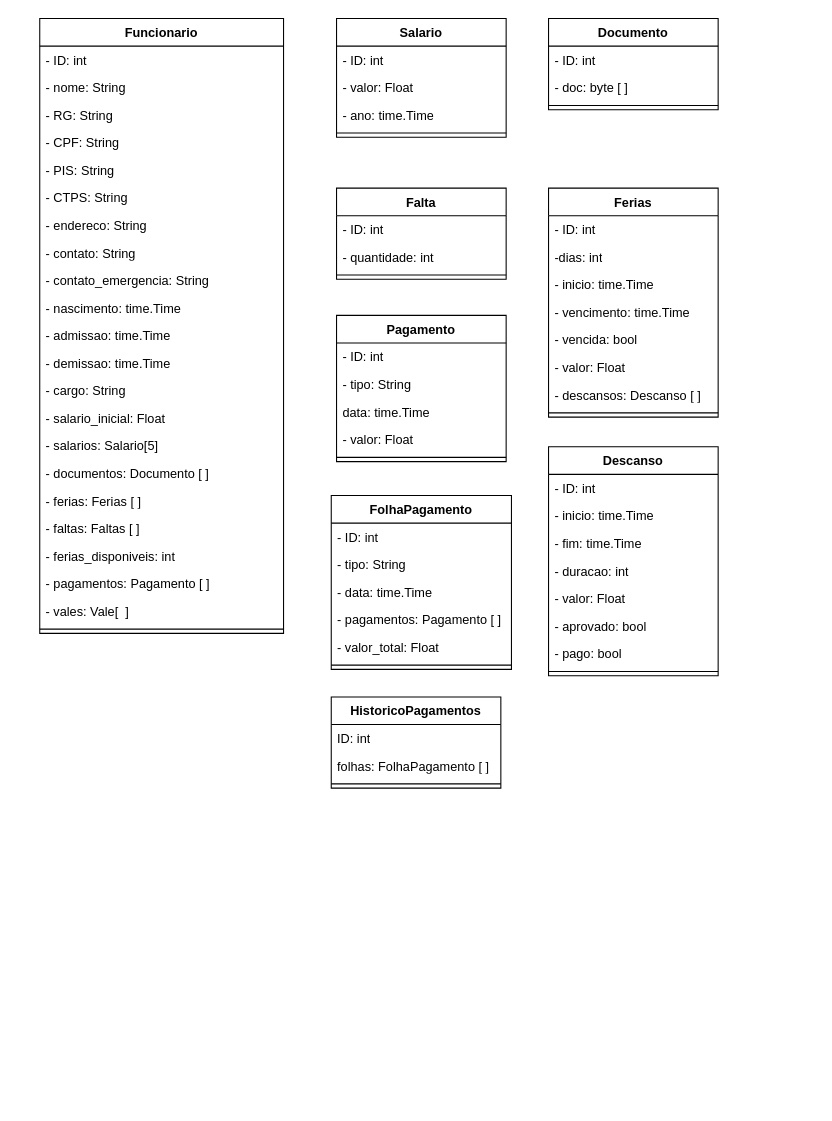
This is Primeiro Semestre/Diagrama_Classes_2.0.drawio from Lucas-RDV/TCC, a draw.io file, before an edit. Source tidied: cells renumbered, new cells numbered last; positions are measured from the earlier drawing's top-left corner, leaving out a move shared by most shapes. Both pictures are drawn from the tidied source at 106%, with x=0, y=0 at pixel (39, 18).
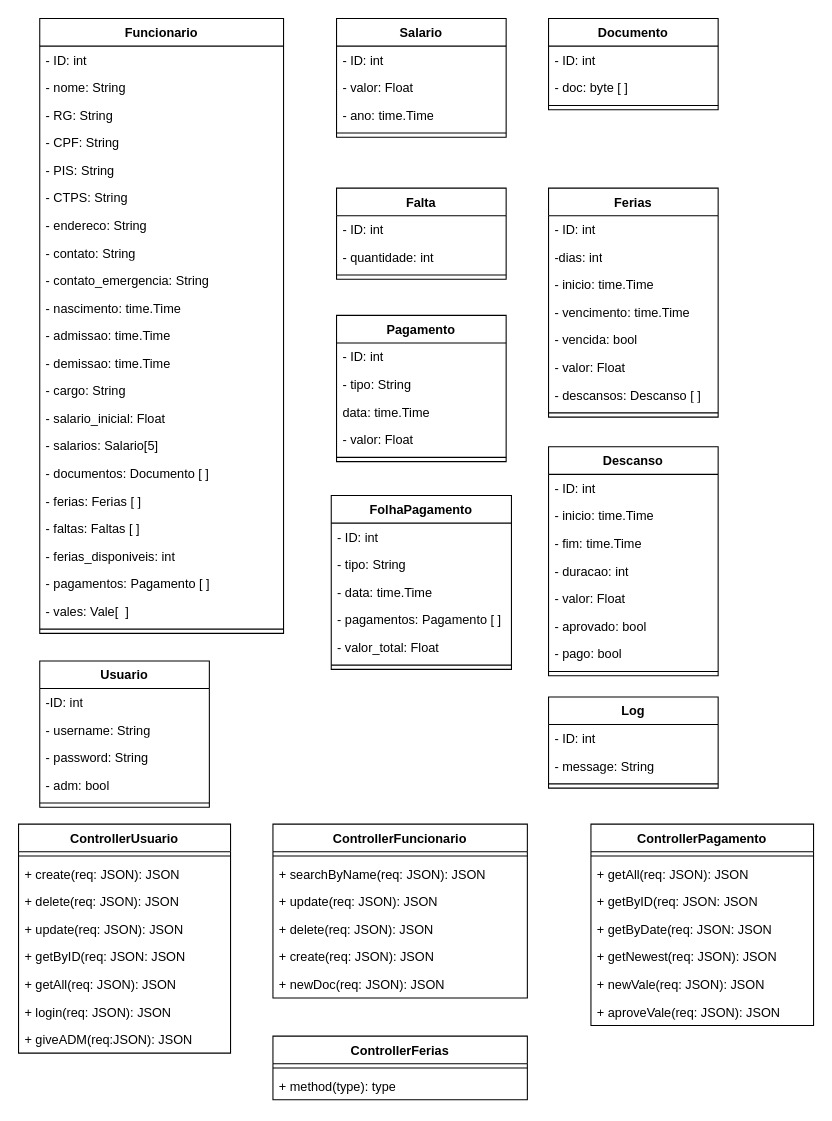
The same page after the edit.

Diff of the diagram source:
```diff
@@
-    <mxCell id="69" value="HistoricoPagamentos" style="swimlane;fontStyle=1;align=center;verticalAlign=top;horizontal=1;startSize=26;whiteSpace=wrap;html=1;" parent="1" vertex="1">
-      <mxGeometry x="275" y="640" width="160" height="86" as="geometry" />
+    <mxCell id="69" value="Log" style="swimlane;fontStyle=1;align=center;verticalAlign=top;horizontal=1;startSize=26;whiteSpace=wrap;html=1;" parent="1" vertex="1">
+      <mxGeometry x="480" y="640" width="160" height="86" as="geometry" />
     </mxCell>
-    <mxCell id="70" value="ID: int" style="text;strokeColor=none;fillColor=none;align=left;verticalAlign=top;spacingLeft=4;spacingRight=4;overflow=hidden;whiteSpace=wrap;html=1;" parent="69" vertex="1">
+    <mxCell id="70" value="- ID: int" style="text;strokeColor=none;fillColor=none;align=left;verticalAlign=top;spacingLeft=4;spacingRight=4;overflow=hidden;whiteSpace=wrap;html=1;" parent="69" vertex="1">
       <mxGeometry y="26" width="160" height="26" as="geometry" />
     </mxCell>
-    <mxCell id="71" value="folhas: FolhaPagamento [ ]" style="text;strokeColor=none;fillColor=none;align=left;verticalAlign=top;spacingLeft=4;spacingRight=4;overflow=hidden;whiteSpace=wrap;html=1;" parent="69" vertex="1">
+    <mxCell id="71" value="- message: String" style="text;strokeColor=none;fillColor=none;align=left;verticalAlign=top;spacingLeft=4;spacingRight=4;overflow=hidden;whiteSpace=wrap;html=1;" parent="69" vertex="1">
       <mxGeometry y="52" width="160" height="26" as="geometry" />
     </mxCell>
@@
+    <mxCell id="73" value="Usuario" style="swimlane;fontStyle=1;align=center;verticalAlign=top;horizontal=1;startSize=26;whiteSpace=wrap;html=1;" parent="1" vertex="1">
+      <mxGeometry y="606" width="160" height="138" as="geometry" />
+    </mxCell>
+    <mxCell id="74" value="-ID: int" style="text;strokeColor=none;fillColor=none;align=left;verticalAlign=top;spacingLeft=4;spacingRight=4;overflow=hidden;whiteSpace=wrap;html=1;" parent="73" vertex="1">
+      <mxGeometry y="26" width="160" height="26" as="geometry" />
+    </mxCell>
+    <mxCell id="75" value="- username: String" style="text;strokeColor=none;fillColor=none;align=left;verticalAlign=top;spacingLeft=4;spacingRight=4;overflow=hidden;whiteSpace=wrap;html=1;" parent="73" vertex="1">
+      <mxGeometry y="52" width="160" height="26" as="geometry" />
+    </mxCell>
+    <mxCell id="76" value="- password: String" style="text;strokeColor=none;fillColor=none;align=left;verticalAlign=top;spacingLeft=4;spacingRight=4;overflow=hidden;whiteSpace=wrap;html=1;" parent="73" vertex="1">
+      <mxGeometry y="78" width="160" height="26" as="geometry" />
+    </mxCell>
+    <mxCell id="77" value="- adm: bool" style="text;strokeColor=none;fillColor=none;align=left;verticalAlign=top;spacingLeft=4;spacingRight=4;overflow=hidden;whiteSpace=wrap;html=1;" parent="73" vertex="1">
+      <mxGeometry y="104" width="160" height="26" as="geometry" />
+    </mxCell>
+    <mxCell id="78" style="line;strokeWidth=1;fillColor=none;align=left;verticalAlign=middle;spacingTop=-1;spacingLeft=3;spacingRight=3;labelPosition=right;strokeColor=inherit;" parent="73" vertex="1">
+      <mxGeometry y="130" width="160" height="8" as="geometry" />
+    </mxCell>
+    <mxCell id="79" value="ControllerFuncionario" style="swimlane;fontStyle=1;align=center;verticalAlign=top;horizontal=1;startSize=26;whiteSpace=wrap;html=1;" parent="1" vertex="1">
+      <mxGeometry x="220" y="760" width="240" height="164" as="geometry" />
+    </mxCell>
+    <mxCell id="80" style="line;strokeWidth=1;fillColor=none;align=left;verticalAlign=middle;spacingTop=-1;spacingLeft=3;spacingRight=3;labelPosition=right;strokeColor=inherit;" parent="79" vertex="1">
+      <mxGeometry y="26" width="240" height="8" as="geometry" />
+    </mxCell>
+    <mxCell id="81" value="+ searchByName(req: JSON): JSON" style="text;strokeColor=none;fillColor=none;align=left;verticalAlign=top;spacingLeft=4;spacingRight=4;overflow=hidden;whiteSpace=wrap;html=1;" parent="79" vertex="1">
+      <mxGeometry y="34" width="240" height="26" as="geometry" />
+    </mxCell>
+    <mxCell id="82" value="+ update(req: JSON): JSON" style="text;strokeColor=none;fillColor=none;align=left;verticalAlign=top;spacingLeft=4;spacingRight=4;overflow=hidden;whiteSpace=wrap;html=1;" parent="79" vertex="1">
+      <mxGeometry y="60" width="240" height="26" as="geometry" />
+    </mxCell>
+    <mxCell id="83" value="+ delete(req: JSON): JSON" style="text;strokeColor=none;fillColor=none;align=left;verticalAlign=top;spacingLeft=4;spacingRight=4;overflow=hidden;whiteSpace=wrap;html=1;" parent="79" vertex="1">
+      <mxGeometry y="86" width="240" height="26" as="geometry" />
+    </mxCell>
+    <mxCell id="84" value="+ create(req: JSON): JSON" style="text;strokeColor=none;fillColor=none;align=left;verticalAlign=top;spacingLeft=4;spacingRight=4;overflow=hidden;whiteSpace=wrap;html=1;" parent="79" vertex="1">
+      <mxGeometry y="112" width="240" height="26" as="geometry" />
+    </mxCell>
+    <mxCell id="85" value="+ newDoc(req: JSON): JSON" style="text;strokeColor=none;fillColor=none;align=left;verticalAlign=top;spacingLeft=4;spacingRight=4;overflow=hidden;whiteSpace=wrap;html=1;" parent="79" vertex="1">
+      <mxGeometry y="138" width="240" height="26" as="geometry" />
+    </mxCell>
+    <mxCell id="86" value="ControllerUsuario" style="swimlane;fontStyle=1;align=center;verticalAlign=top;horizontal=1;startSize=26;whiteSpace=wrap;html=1;" parent="1" vertex="1">
+      <mxGeometry x="-20" y="760" width="200" height="216" as="geometry" />
+    </mxCell>
+    <mxCell id="87" style="line;strokeWidth=1;fillColor=none;align=left;verticalAlign=middle;spacingTop=-1;spacingLeft=3;spacingRight=3;labelPosition=right;strokeColor=inherit;" parent="86" vertex="1">
+      <mxGeometry y="26" width="200" height="8" as="geometry" />
+    </mxCell>
+    <mxCell id="88" value="+ create(req: JSON): JSON" style="text;strokeColor=none;fillColor=none;align=left;verticalAlign=top;spacingLeft=4;spacingRight=4;overflow=hidden;whiteSpace=wrap;html=1;" parent="86" vertex="1">
+      <mxGeometry y="34" width="200" height="26" as="geometry" />
+    </mxCell>
+    <mxCell id="89" value="+ delete(req: JSON): JSON" style="text;strokeColor=none;fillColor=none;align=left;verticalAlign=top;spacingLeft=4;spacingRight=4;overflow=hidden;whiteSpace=wrap;html=1;" parent="86" vertex="1">
+      <mxGeometry y="60" width="200" height="26" as="geometry" />
+    </mxCell>
+    <mxCell id="90" value="+ update(req: JSON): JSON" style="text;strokeColor=none;fillColor=none;align=left;verticalAlign=top;spacingLeft=4;spacingRight=4;overflow=hidden;whiteSpace=wrap;html=1;" parent="86" vertex="1">
+      <mxGeometry y="86" width="200" height="26" as="geometry" />
+    </mxCell>
+    <mxCell id="91" value="+ getByID(req: JSON: JSON" style="text;strokeColor=none;fillColor=none;align=left;verticalAlign=top;spacingLeft=4;spacingRight=4;overflow=hidden;whiteSpace=wrap;html=1;" parent="86" vertex="1">
+      <mxGeometry y="112" width="200" height="26" as="geometry" />
+    </mxCell>
+    <mxCell id="92" value="+ getAll(req: JSON): JSON" style="text;strokeColor=none;fillColor=none;align=left;verticalAlign=top;spacingLeft=4;spacingRight=4;overflow=hidden;whiteSpace=wrap;html=1;" parent="86" vertex="1">
+      <mxGeometry y="138" width="200" height="26" as="geometry" />
+    </mxCell>
+    <mxCell id="93" value="+ login(req: JSON): JSON" style="text;strokeColor=none;fillColor=none;align=left;verticalAlign=top;spacingLeft=4;spacingRight=4;overflow=hidden;whiteSpace=wrap;html=1;" parent="86" vertex="1">
+      <mxGeometry y="164" width="200" height="26" as="geometry" />
+    </mxCell>
+    <mxCell id="94" value="+ giveADM(req:JSON): JSON" style="text;strokeColor=none;fillColor=none;align=left;verticalAlign=top;spacingLeft=4;spacingRight=4;overflow=hidden;whiteSpace=wrap;html=1;" parent="86" vertex="1">
+      <mxGeometry y="190" width="200" height="26" as="geometry" />
+    </mxCell>
+    <mxCell id="95" value="ControllerPagamento" style="swimlane;fontStyle=1;align=center;verticalAlign=top;horizontal=1;startSize=26;whiteSpace=wrap;html=1;" parent="1" vertex="1">
+      <mxGeometry x="520" y="760" width="210" height="190" as="geometry" />
+    </mxCell>
+    <mxCell id="96" style="line;strokeWidth=1;fillColor=none;align=left;verticalAlign=middle;spacingTop=-1;spacingLeft=3;spacingRight=3;labelPosition=right;strokeColor=inherit;" parent="95" vertex="1">
+      <mxGeometry y="26" width="210" height="8" as="geometry" />
+    </mxCell>
+    <mxCell id="97" value="+ getAll(req: JSON): JSON" style="text;strokeColor=none;fillColor=none;align=left;verticalAlign=top;spacingLeft=4;spacingRight=4;overflow=hidden;whiteSpace=wrap;html=1;" parent="95" vertex="1">
+      <mxGeometry y="34" width="210" height="26" as="geometry" />
+    </mxCell>
+    <mxCell id="98" value="+ getByID(req: JSON: JSON" style="text;strokeColor=none;fillColor=none;align=left;verticalAlign=top;spacingLeft=4;spacingRight=4;overflow=hidden;whiteSpace=wrap;html=1;" parent="95" vertex="1">
+      <mxGeometry y="60" width="210" height="26" as="geometry" />
+    </mxCell>
+    <mxCell id="99" value="+ getByDate(req: JSON: JSON" style="text;strokeColor=none;fillColor=none;align=left;verticalAlign=top;spacingLeft=4;spacingRight=4;overflow=hidden;whiteSpace=wrap;html=1;" parent="95" vertex="1">
+      <mxGeometry y="86" width="210" height="26" as="geometry" />
+    </mxCell>
+    <mxCell id="100" value="+ getNewest(req: JSON): JSON" style="text;strokeColor=none;fillColor=none;align=left;verticalAlign=top;spacingLeft=4;spacingRight=4;overflow=hidden;whiteSpace=wrap;html=1;" parent="95" vertex="1">
+      <mxGeometry y="112" width="210" height="26" as="geometry" />
+    </mxCell>
+    <mxCell id="101" value="+ newVale(req: JSON): JSON" style="text;strokeColor=none;fillColor=none;align=left;verticalAlign=top;spacingLeft=4;spacingRight=4;overflow=hidden;whiteSpace=wrap;html=1;" parent="95" vertex="1">
+      <mxGeometry y="138" width="210" height="26" as="geometry" />
+    </mxCell>
+    <mxCell id="102" value="+ aproveVale(req: JSON): JSON" style="text;strokeColor=none;fillColor=none;align=left;verticalAlign=top;spacingLeft=4;spacingRight=4;overflow=hidden;whiteSpace=wrap;html=1;" parent="95" vertex="1">
+      <mxGeometry y="164" width="210" height="26" as="geometry" />
+    </mxCell>
+    <mxCell id="103" value="ControllerFerias" style="swimlane;fontStyle=1;align=center;verticalAlign=top;horizontal=1;startSize=26;whiteSpace=wrap;html=1;" parent="1" vertex="1">
+      <mxGeometry x="220" y="960" width="240" height="60" as="geometry" />
+    </mxCell>
+    <mxCell id="104" style="line;strokeWidth=1;fillColor=none;align=left;verticalAlign=middle;spacingTop=-1;spacingLeft=3;spacingRight=3;labelPosition=right;strokeColor=inherit;" parent="103" vertex="1">
+      <mxGeometry y="26" width="240" height="8" as="geometry" />
+    </mxCell>
+    <mxCell id="105" value="+ method(type): type" style="text;strokeColor=none;fillColor=none;align=left;verticalAlign=top;spacingLeft=4;spacingRight=4;overflow=hidden;whiteSpace=wrap;html=1;" parent="103" vertex="1">
+      <mxGeometry y="34" width="240" height="26" as="geometry" />
+    </mxCell>
```
